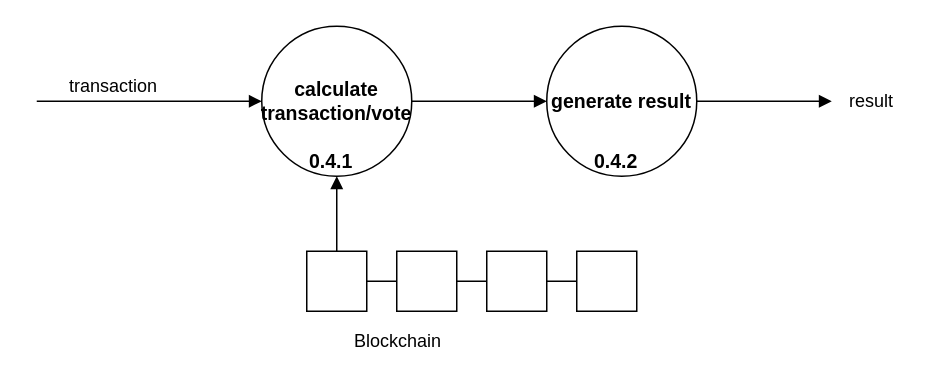
matic14/BLockVote-UML-Diagram keeps this draw.io diagram as DFD level 2 4.drawio. Above is the earlier version. Source tidied: cells renumbered, new cells numbered last; positions are measured from the earlier drawing's top-left corner, leaving out a move shared by most shapes. Both pictures are drawn from the tidied source at 150%, with x=0, y=0 at pixel (36, 26).
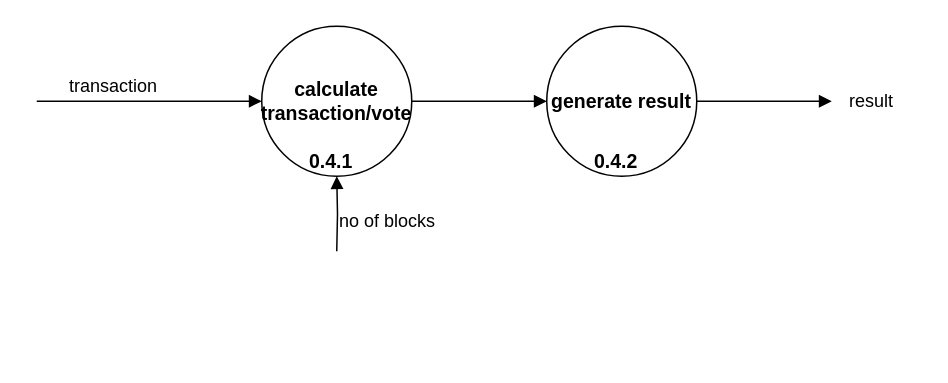
The same diagram, later.

The change refers to these unchanged cells:
```xml
<mxCell id="3" value="calculate transaction/vote" style="ellipse;whiteSpace=wrap;html=1;fontSize=13;fontStyle=1;" parent="1" vertex="1">
  <mxGeometry x="150" width="100" height="100" as="geometry" />
</mxCell>
```

Change to the diagram source:
```diff
@@
-    <mxCell id="8" style="edgeStyle=orthogonalEdgeStyle;rounded=0;jettySize=auto;html=1;endArrow=none;endFill=0;" parent="1" edge="1" source="10" target="12">
-      <mxGeometry relative="1" as="geometry" />
-    </mxCell>
-    <mxCell id="9" style="edgeStyle=orthogonalEdgeStyle;rounded=0;jettySize=auto;html=1;endArrow=block;endFill=1;" parent="1" edge="1" source="10" target="3">
-      <mxGeometry relative="1" as="geometry" />
+    <mxCell id="9" style="edgeStyle=orthogonalEdgeStyle;rounded=0;jettySize=auto;html=1;endArrow=block;endFill=1;" parent="1" edge="1" target="3">
+      <mxGeometry relative="1" as="geometry">
+        <mxPoint x="200" y="150" as="sourcePoint" />
+      </mxGeometry>
     </mxCell>
-    <mxCell id="10" style="whiteSpace=wrap;html=1;" parent="1" vertex="1">
-      <mxGeometry x="180" y="150" width="40" height="40" as="geometry" />
-    </mxCell>
-    <mxCell id="11" style="edgeStyle=orthogonalEdgeStyle;rounded=0;jettySize=auto;html=1;endArrow=none;endFill=0;" parent="1" edge="1" source="12" target="14">
-      <mxGeometry relative="1" as="geometry" />
-    </mxCell>
-    <mxCell id="12" style="whiteSpace=wrap;html=1;" parent="1" vertex="1">
-      <mxGeometry x="240" y="150" width="40" height="40" as="geometry" />
-    </mxCell>
-    <mxCell id="13" style="edgeStyle=orthogonalEdgeStyle;rounded=0;jettySize=auto;html=1;endArrow=none;endFill=0;" parent="1" edge="1" source="14" target="15">
-      <mxGeometry relative="1" as="geometry" />
-    </mxCell>
-    <mxCell id="14" style="whiteSpace=wrap;html=1;" parent="1" vertex="1">
-      <mxGeometry x="300" y="150" width="40" height="40" as="geometry" />
-    </mxCell>
-    <mxCell id="15" style="whiteSpace=wrap;html=1;" parent="1" vertex="1">
-      <mxGeometry x="360" y="150" width="40" height="40" as="geometry" />
-    </mxCell>
@@
-    <mxCell id="17" value="Blockchain" style="text;html=1;align=left;verticalAlign=top;spacingTop=-4;" parent="1" vertex="1">
-      <mxGeometry x="210" y="200" width="70" height="20" as="geometry" />
-    </mxCell>
@@
+    <mxCell id="20" value="no of blocks" style="text;html=1;align=left;verticalAlign=top;spacingTop=-4;" parent="1" vertex="1">
+      <mxGeometry x="200" y="120" width="80" height="20" as="geometry" />
+    </mxCell>
```
